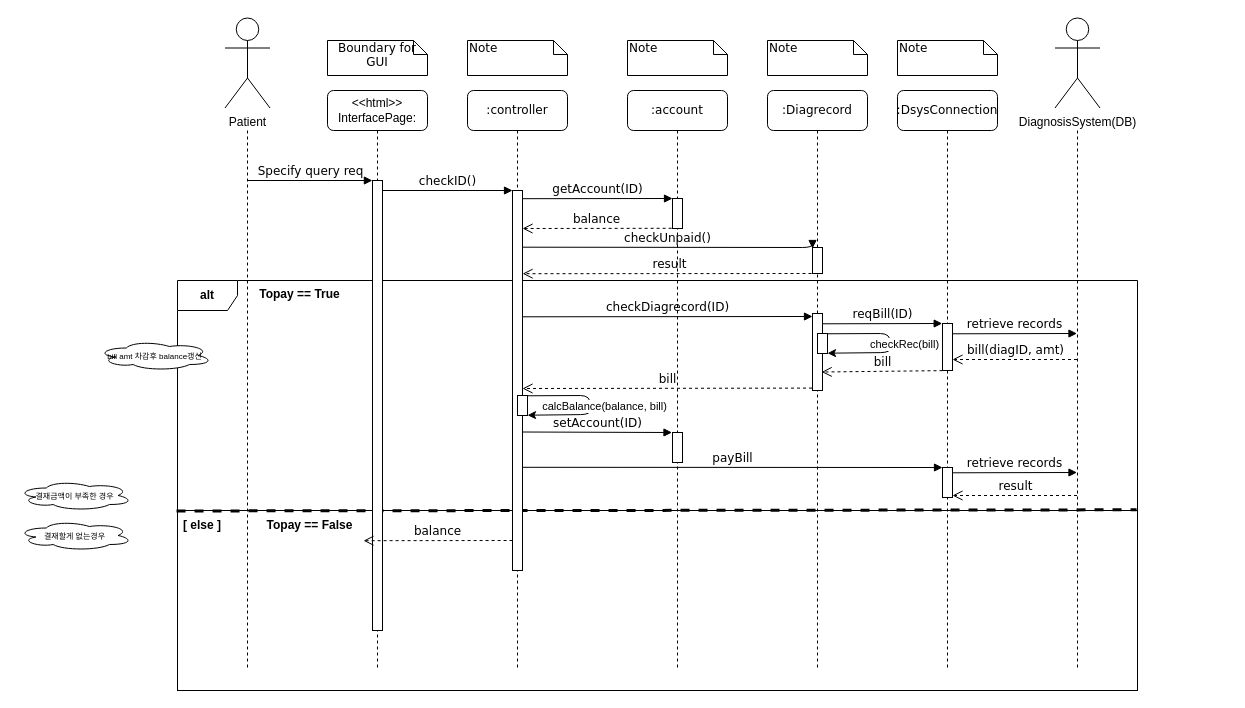
Before: patient/UC5_sequence_diag.drawio in yhb1834/Smart-Health-Prediction-System, a draw.io diagram. Source tidied: cells renumbered, new cells numbered last; positions are measured from the earlier drawing's top-left corner, leaving out a move shared by most shapes. Both pictures are drawn from the tidied source at 100%, with x=0, y=0 at pixel (17, 18).
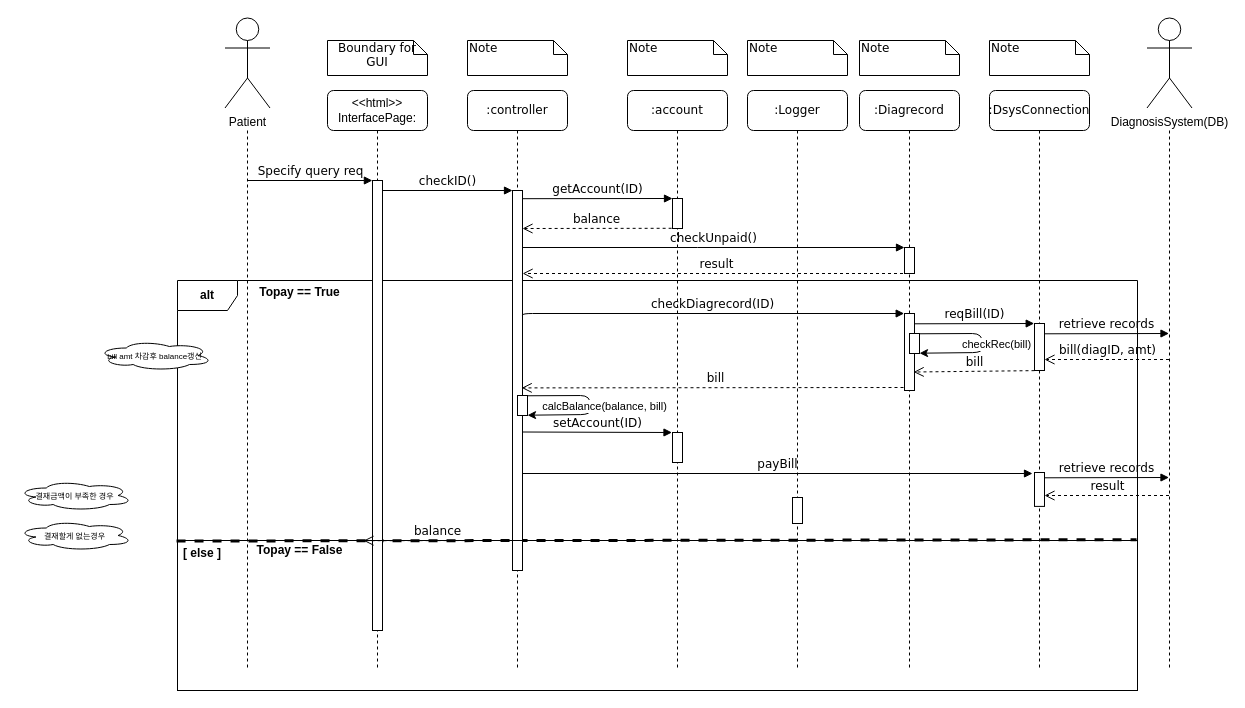
Above is the later version.

What changed in the source:
```diff
@@
-    <mxCell id="2" style="group;" parent="1" vertex="1">
-      <mxGeometry x="160" y="262" width="960" height="230" as="geometry" />
-    </mxCell>
+    <mxCell id="40" value="bill" style="html=1;verticalAlign=bottom;endArrow=open;dashed=1;endSize=8;labelBackgroundColor=none;fontFamily=Verdana;fontSize=12;entryX=0.922;entryY=0.53;entryDx=0;entryDy=0;entryPerimeter=0;" parent="1" edge="1">
+      <mxGeometry relative="1" as="geometry">
+        <mxPoint x="892" y="369" as="sourcePoint" />
+        <mxPoint x="504.2" y="369.4" as="targetPoint" />
+      </mxGeometry>
+    </mxCell>
+    <mxCell id="13" value=":DsysConnection" style="shape=umlLifeline;perimeter=lifelinePerimeter;whiteSpace=wrap;html=1;rounded=1;shadow=0;comic=0;labelBackgroundColor=none;strokeWidth=1;fontFamily=Verdana;fontSize=12;align=center;" parent="1" vertex="1">
+      <mxGeometry x="972" y="72" width="100" height="580" as="geometry" />
+    </mxCell>
+    <mxCell id="57" value=":Logger" style="shape=umlLifeline;perimeter=lifelinePerimeter;whiteSpace=wrap;html=1;rounded=1;shadow=0;comic=0;labelBackgroundColor=none;strokeWidth=1;fontFamily=Verdana;fontSize=12;align=center;" parent="1" vertex="1">
+      <mxGeometry x="730" y="72" width="100" height="580" as="geometry" />
+    </mxCell>
+    <mxCell id="58" style="group;" parent="1" vertex="1">
+      <mxGeometry x="160" y="262" width="960" height="260" as="geometry" />
+    </mxCell>
-    <mxCell id="3" value="&lt;b&gt;alt&lt;/b&gt;" style="shape=umlFrame;whiteSpace=wrap;html=1;" parent="2" vertex="1">
-      <mxGeometry width="960" height="230" as="geometry" />
+    <mxCell id="3" value="&lt;b&gt;alt&lt;/b&gt;" style="shape=umlFrame;whiteSpace=wrap;html=1;" parent="58" vertex="1">
+      <mxGeometry width="960" height="260" as="geometry" />
     </mxCell>
+    <mxCell id="5" value="Topay == True" style="text;html=1;strokeColor=none;fillColor=none;align=center;verticalAlign=middle;whiteSpace=wrap;rounded=0;fontStyle=1;" parent="58" vertex="1">
+      <mxGeometry x="80" y="1.1" width="85" height="22.6" as="geometry" />
+    </mxCell>
-    <mxCell id="4" style="endArrow=none;dashed=1;html=1;strokeWidth=3;entryX=0.999;entryY=0.997;entryDx=0;entryDy=0;entryPerimeter=0;exitX=-0.001;exitY=1.002;exitDx=0;exitDy=0;exitPerimeter=0;" parent="2" edge="1" source="3" target="3">
-      <mxGeometry relative="1" as="geometry" />
+    <mxCell id="4" style="endArrow=none;dashed=1;html=1;strokeWidth=3;entryX=0.999;entryY=0.997;entryDx=0;entryDy=0;entryPerimeter=0;exitX=-0.001;exitY=1.002;exitDx=0;exitDy=0;exitPerimeter=0;" parent="58" edge="1" source="3" target="3">
+      <mxGeometry x="-50" y="305.2" as="geometry" />
     </mxCell>
-    <mxCell id="5" value="Topay == True" style="text;html=1;strokeColor=none;fillColor=none;align=center;verticalAlign=middle;whiteSpace=wrap;rounded=0;fontStyle=1;" parent="2" vertex="1">
-      <mxGeometry x="80" y="4" width="85" height="20" as="geometry" />
-    </mxCell>
-    <mxCell id="6" style="rounded=0;whiteSpace=wrap;html=1;fillColor=none;" parent="1" vertex="1">
-      <mxGeometry x="160" y="492" width="960" height="180" as="geometry" />
-    </mxCell>
+    <mxCell id="14" style="html=1;perimeter=orthogonalPerimeter;rounded=0;shadow=0;comic=0;labelBackgroundColor=none;strokeColor=#000000;strokeWidth=1;fillColor=#FFFFFF;fontFamily=Verdana;fontSize=12;fontColor=#000000;align=center;" parent="58" vertex="1">
+      <mxGeometry x="857" y="192" width="10" height="33.9" as="geometry" />
+    </mxCell>
+    <mxCell id="59" style="html=1;perimeter=orthogonalPerimeter;rounded=0;shadow=0;comic=0;labelBackgroundColor=none;strokeWidth=1;fontFamily=Verdana;fontSize=12;align=center;" parent="58" vertex="1">
+      <mxGeometry x="615" y="217" width="10" height="26" as="geometry" />
+    </mxCell>
@@
     <mxCell id="11" value=":Diagrecord" style="shape=umlLifeline;perimeter=lifelinePerimeter;whiteSpace=wrap;html=1;outlineConnect=0;rounded=1;shadow=0;comic=0;labelBackgroundColor=none;strokeWidth=1;fontFamily=Verdana;fontSize=12;align=center;" parent="1" vertex="1">
-      <mxGeometry x="750" y="72" width="100" height="580" as="geometry" />
+      <mxGeometry x="842" y="72" width="100" height="580" as="geometry" />
     </mxCell>
@@
-    <mxCell id="13" value=":DsysConnection" style="shape=umlLifeline;perimeter=lifelinePerimeter;whiteSpace=wrap;html=1;rounded=1;shadow=0;comic=0;labelBackgroundColor=none;strokeWidth=1;fontFamily=Verdana;fontSize=12;align=center;" parent="1" vertex="1">
-      <mxGeometry x="880" y="72" width="100" height="580" as="geometry" />
-    </mxCell>
-    <mxCell id="14" style="html=1;perimeter=orthogonalPerimeter;rounded=0;shadow=0;comic=0;labelBackgroundColor=none;strokeColor=#000000;strokeWidth=1;fillColor=#FFFFFF;fontFamily=Verdana;fontSize=12;fontColor=#000000;align=center;" parent="13" vertex="1">
-      <mxGeometry x="45" y="377" width="10" height="30" as="geometry" />
-    </mxCell>
@@
     <mxCell id="17" style="html=1;points=[];perimeter=orthogonalPerimeter;rounded=0;shadow=0;comic=0;labelBackgroundColor=none;strokeWidth=1;fontFamily=Verdana;fontSize=12;align=center;" parent="1" vertex="1">
-      <mxGeometry x="795" y="295" width="10" height="77" as="geometry" />
+      <mxGeometry x="887" y="295" width="10" height="77" as="geometry" />
     </mxCell>
@@
     <mxCell id="23" value="Note" style="shape=note;whiteSpace=wrap;html=1;size=14;verticalAlign=top;align=left;spacingTop=-6;rounded=0;shadow=0;comic=0;labelBackgroundColor=none;strokeWidth=1;fontFamily=Verdana;fontSize=12;" parent="1" vertex="1">
-      <mxGeometry x="750" y="22" width="100" height="35" as="geometry" />
+      <mxGeometry x="842" y="22" width="100" height="35" as="geometry" />
     </mxCell>
     <mxCell id="24" value="Note" style="shape=note;whiteSpace=wrap;html=1;size=14;verticalAlign=top;align=left;spacingTop=-6;rounded=0;shadow=0;comic=0;labelBackgroundColor=none;strokeWidth=1;fontFamily=Verdana;fontSize=12;" parent="1" vertex="1">
-      <mxGeometry x="880" y="22" width="100" height="35" as="geometry" />
+      <mxGeometry x="972" y="22" width="100" height="35" as="geometry" />
     </mxCell>
@@
     <mxCell id="27" style="shape=umlLifeline;perimeter=lifelinePerimeter;whiteSpace=wrap;html=1;rounded=1;shadow=0;comic=0;labelBackgroundColor=none;strokeWidth=1;fontFamily=Verdana;fontSize=12;align=center;size=0;" parent="1" vertex="1">
-      <mxGeometry x="1010" y="112" width="100" height="540" as="geometry" />
+      <mxGeometry x="1102" y="112" width="100" height="540" as="geometry" />
     </mxCell>
     <mxCell id="28" value="DiagnosisSystem(DB)&lt;br&gt;" style="shape=umlActor;verticalLabelPosition=bottom;verticalAlign=top;html=1;" parent="1" vertex="1">
-      <mxGeometry x="1037.5" y="-0.5" width="45" height="90" as="geometry" />
+      <mxGeometry x="1129.5" y="-0.5" width="45" height="90" as="geometry" />
     </mxCell>
@@
-    <mxCell id="33" value="checkDiagrecord(ID)" style="html=1;verticalAlign=bottom;endArrow=block;labelBackgroundColor=none;fontFamily=Verdana;fontSize=12;edgeStyle=elbowEdgeStyle;elbow=vertical;exitX=1.1;exitY=0.611;exitDx=0;exitDy=0;exitPerimeter=0;" parent="1" edge="1">
+    <mxCell id="33" value="checkDiagrecord(ID)" style="html=1;verticalAlign=bottom;endArrow=block;labelBackgroundColor=none;fontFamily=Verdana;fontSize=12;edgeStyle=elbowEdgeStyle;elbow=vertical;exitX=1.1;exitY=0.611;exitDx=0;exitDy=0;exitPerimeter=0;entryX=-0.033;entryY=0.004;entryDx=0;entryDy=0;entryPerimeter=0;" parent="1" edge="1" target="17">
       <mxGeometry relative="1" as="geometry">
         <mxPoint x="505" y="298.3" as="sourcePoint" />
-        <mxPoint x="795" y="298" as="targetPoint" />
         <Array as="points">
-          <mxPoint x="695" y="298" />
+          <mxPoint x="700" y="295" />
         </Array>
       </mxGeometry>
     </mxCell>
     <mxCell id="34" style="html=1;points=[];perimeter=orthogonalPerimeter;rounded=0;shadow=0;comic=0;labelBackgroundColor=none;strokeColor=#000000;strokeWidth=1;fillColor=#FFFFFF;fontFamily=Verdana;fontSize=12;fontColor=#000000;align=center;" parent="1" vertex="1">
-      <mxGeometry x="925" y="305" width="10" height="47" as="geometry" />
+      <mxGeometry x="1017" y="305" width="10" height="47" as="geometry" />
     </mxCell>
     <mxCell id="35" value="reqBill(ID)" style="html=1;verticalAlign=bottom;endArrow=block;labelBackgroundColor=none;fontFamily=Verdana;fontSize=12;edgeStyle=elbowEdgeStyle;elbow=vertical;exitX=1.1;exitY=0.611;exitDx=0;exitDy=0;exitPerimeter=0;entryX=-0.035;entryY=0.088;entryDx=0;entryDy=0;entryPerimeter=0;" parent="1" edge="1">
       <mxGeometry relative="1" as="geometry">
-        <mxPoint x="805" y="305.3" as="sourcePoint" />
-        <mxPoint x="924.7" y="304.6" as="targetPoint" />
+        <mxPoint x="897" y="305.3" as="sourcePoint" />
+        <mxPoint x="1016.7" y="304.6" as="targetPoint" />
         <Array as="points">
-          <mxPoint x="995" y="305" />
+          <mxPoint x="1087" y="305" />
         </Array>
       </mxGeometry>
     </mxCell>
     <mxCell id="36" value="bill(diagID, amt)" style="html=1;verticalAlign=bottom;endArrow=open;dashed=1;endSize=8;labelBackgroundColor=none;fontFamily=Verdana;fontSize=12;" parent="1" edge="1">
       <mxGeometry relative="1" as="geometry">
-        <mxPoint x="1059.5" y="341" as="sourcePoint" />
-        <mxPoint x="935" y="341" as="targetPoint" />
+        <mxPoint x="1151.5" y="341" as="sourcePoint" />
+        <mxPoint x="1027" y="341" as="targetPoint" />
       </mxGeometry>
     </mxCell>
     <mxCell id="37" value="retrieve records" style="html=1;verticalAlign=bottom;endArrow=block;labelBackgroundColor=none;fontFamily=Verdana;fontSize=12;edgeStyle=elbowEdgeStyle;elbow=vertical;exitX=1.1;exitY=0.611;exitDx=0;exitDy=0;exitPerimeter=0;" parent="1" edge="1">
       <mxGeometry relative="1" as="geometry">
-        <mxPoint x="935" y="315.3" as="sourcePoint" />
-        <mxPoint x="1059.5" y="315" as="targetPoint" />
+        <mxPoint x="1027" y="315.3" as="sourcePoint" />
+        <mxPoint x="1151.5" y="315" as="targetPoint" />
         <Array as="points">
-          <mxPoint x="1125" y="315" />
+          <mxPoint x="1217" y="315" />
         </Array>
       </mxGeometry>
     </mxCell>
-    <mxCell id="38" value="payBill" style="html=1;verticalAlign=bottom;endArrow=block;labelBackgroundColor=none;fontFamily=Verdana;fontSize=12;edgeStyle=elbowEdgeStyle;elbow=vertical;" parent="1" edge="1">
+    <mxCell id="38" value="payBill" style="html=1;verticalAlign=bottom;endArrow=block;labelBackgroundColor=none;fontFamily=Verdana;fontSize=12;edgeStyle=elbowEdgeStyle;elbow=vertical;entryX=-0.2;entryY=0.278;entryDx=0;entryDy=0;entryPerimeter=0;" parent="1" edge="1">
       <mxGeometry relative="1" as="geometry">
-        <mxPoint x="505" y="448.8" as="sourcePoint" />
-        <mxPoint x="925" y="449" as="targetPoint" />
+        <mxPoint x="505" y="455" as="sourcePoint" />
+        <mxPoint x="1015" y="455.3" as="targetPoint" />
+        <Array as="points">
+          <mxPoint x="770" y="455" />
+          <mxPoint x="860" y="425" />
+        </Array>
       </mxGeometry>
     </mxCell>
@@
-    <mxCell id="40" value="bill" style="html=1;verticalAlign=bottom;endArrow=open;dashed=1;endSize=8;labelBackgroundColor=none;fontFamily=Verdana;fontSize=12;exitX=-0.049;exitY=0.29;exitDx=0;exitDy=0;exitPerimeter=0;" parent="1" edge="1">
-      <mxGeometry relative="1" as="geometry">
-        <mxPoint x="794.5" y="369.6" as="sourcePoint" />
-        <mxPoint x="505" y="370" as="targetPoint" />
-      </mxGeometry>
-    </mxCell>
@@
     <mxCell id="44" value="retrieve records" style="html=1;verticalAlign=bottom;endArrow=block;labelBackgroundColor=none;fontFamily=Verdana;fontSize=12;edgeStyle=elbowEdgeStyle;elbow=vertical;exitX=1.1;exitY=0.611;exitDx=0;exitDy=0;exitPerimeter=0;" parent="1" edge="1">
       <mxGeometry relative="1" as="geometry">
-        <mxPoint x="935" y="454.3" as="sourcePoint" />
-        <mxPoint x="1059.5" y="454" as="targetPoint" />
+        <mxPoint x="1027" y="459.3" as="sourcePoint" />
+        <mxPoint x="1151.5" y="459" as="targetPoint" />
         <Array as="points">
-          <mxPoint x="1125" y="454" />
+          <mxPoint x="1217" y="459" />
         </Array>
       </mxGeometry>
     </mxCell>
     <mxCell id="45" value="result" style="html=1;verticalAlign=bottom;endArrow=open;dashed=1;endSize=8;labelBackgroundColor=none;fontFamily=Verdana;fontSize=12;" parent="1" edge="1">
       <mxGeometry relative="1" as="geometry">
-        <mxPoint x="1059.5" y="477" as="sourcePoint" />
-        <mxPoint x="935" y="477" as="targetPoint" />
+        <mxPoint x="1151.5" y="477" as="sourcePoint" />
+        <mxPoint x="1027" y="477" as="targetPoint" />
       </mxGeometry>
     </mxCell>
@@
     <mxCell id="49" style="html=1;points=[];perimeter=orthogonalPerimeter;rounded=0;shadow=0;comic=0;labelBackgroundColor=none;strokeWidth=1;fontFamily=Verdana;fontSize=12;align=center;" parent="1" vertex="1">
-      <mxGeometry x="800" y="315" width="10" height="20" as="geometry" />
+      <mxGeometry x="892" y="315" width="10" height="20" as="geometry" />
     </mxCell>
     <mxCell id="50" style="endArrow=classic;html=1;exitX=0.985;exitY=0.014;exitDx=0;exitDy=0;exitPerimeter=0;entryX=1.004;entryY=0.985;entryDx=0;entryDy=0;entryPerimeter=0;" parent="1" edge="1" source="49" target="49">
       <mxGeometry relative="1" as="geometry">
         <Array as="points">
-          <mxPoint x="873" y="315" />
-          <mxPoint x="873" y="334" />
+          <mxPoint x="965" y="315" />
+          <mxPoint x="965" y="334" />
         </Array>
       </mxGeometry>
     </mxCell>
@@
-    <mxCell id="52" value="checkUnpaid()" style="html=1;verticalAlign=bottom;endArrow=block;labelBackgroundColor=none;fontFamily=Verdana;fontSize=12;edgeStyle=elbowEdgeStyle;elbow=vertical;exitX=0.964;exitY=0.205;exitDx=0;exitDy=0;exitPerimeter=0;" parent="1" edge="1">
-      <mxGeometry relative="1" as="geometry">
-        <mxPoint x="504.6" y="228.7" as="sourcePoint" />
-        <mxPoint x="795" y="230" as="targetPoint" />
-      </mxGeometry>
-    </mxCell>
-    <mxCell id="53" value="result" style="html=1;verticalAlign=bottom;endArrow=open;dashed=1;endSize=8;labelBackgroundColor=none;fontFamily=Verdana;fontSize=12;edgeStyle=elbowEdgeStyle;elbow=vertical;exitX=-0.087;exitY=0.993;exitDx=0;exitDy=0;exitPerimeter=0;" parent="1" edge="1">
+    <mxCell id="53" value="result" style="html=1;verticalAlign=bottom;endArrow=open;dashed=1;endSize=8;labelBackgroundColor=none;fontFamily=Verdana;fontSize=12;edgeStyle=elbowEdgeStyle;elbow=vertical;" parent="1" edge="1" source="11">
       <mxGeometry relative="1" as="geometry">
-        <mxPoint x="800" y="255" as="sourcePoint" />
         <mxPoint x="505.1" y="255.2" as="targetPoint" />
         <Array as="points">
-          <mxPoint x="754.9" y="255.2" />
+          <mxPoint x="720" y="255" />
+          <mxPoint x="880" y="242" />
           <mxPoint x="729.9" y="255.2" />
           <mxPoint x="759.9" y="255.2" />
         </Array>
       </mxGeometry>
     </mxCell>
+    <mxCell id="56" value="balance" style="html=1;verticalAlign=bottom;endArrow=open;dashed=1;endSize=8;labelBackgroundColor=none;fontFamily=Verdana;fontSize=12;edgeStyle=elbowEdgeStyle;elbow=vertical;exitX=-0.087;exitY=0.993;exitDx=0;exitDy=0;exitPerimeter=0;" parent="1" edge="1">
+      <mxGeometry relative="1" as="geometry">
+        <mxPoint x="495.1" y="522" as="sourcePoint" />
+        <mxPoint x="346" y="522.2" as="targetPoint" />
+        <Array as="points">
+          <mxPoint x="450" y="522.2" />
+          <mxPoint x="425" y="522.2" />
+          <mxPoint x="455" y="522.2" />
+        </Array>
+      </mxGeometry>
+    </mxCell>
+    <mxCell id="60" style="group;" parent="1" vertex="1">
+      <mxGeometry x="160" y="522" width="960" height="150" as="geometry" />
+    </mxCell>
+    <mxCell id="6" style="rounded=0;whiteSpace=wrap;html=1;fillColor=none;" parent="60" vertex="1">
+      <mxGeometry width="960" height="150" as="geometry" />
+    </mxCell>
-    <mxCell id="54" value="&lt;b&gt;[ else ]&lt;/b&gt;" style="text;html=1;strokeColor=none;fillColor=none;align=center;verticalAlign=middle;whiteSpace=wrap;rounded=0;" parent="1" vertex="1">
-      <mxGeometry x="160" y="492" width="50" height="30" as="geometry" />
+    <mxCell id="54" value="&lt;b&gt;[ else ]&lt;/b&gt;" style="text;html=1;strokeColor=none;fillColor=none;align=center;verticalAlign=middle;whiteSpace=wrap;rounded=0;" parent="60" vertex="1">
+      <mxGeometry width="50" height="25" as="geometry" />
     </mxCell>
-    <mxCell id="55" value="Topay == False" style="text;html=1;strokeColor=none;fillColor=none;align=center;verticalAlign=middle;whiteSpace=wrap;rounded=0;fontStyle=1;" parent="1" vertex="1">
-      <mxGeometry x="240" y="497" width="105" height="20" as="geometry" />
+    <mxCell id="55" value="Topay == False" style="text;html=1;strokeColor=none;fillColor=none;align=center;verticalAlign=middle;whiteSpace=wrap;rounded=0;fontStyle=1;" parent="60" vertex="1">
+      <mxGeometry x="70" y="1.7" width="105" height="16.7" as="geometry" />
     </mxCell>
-    <mxCell id="56" value="balance" style="html=1;verticalAlign=bottom;endArrow=open;dashed=1;endSize=8;labelBackgroundColor=none;fontFamily=Verdana;fontSize=12;edgeStyle=elbowEdgeStyle;elbow=vertical;exitX=-0.087;exitY=0.993;exitDx=0;exitDy=0;exitPerimeter=0;" parent="1" edge="1">
-      <mxGeometry relative="1" as="geometry">
-        <mxPoint x="495.1" y="522" as="sourcePoint" />
-        <mxPoint x="346" y="522.2" as="targetPoint" />
-        <Array as="points">
-          <mxPoint x="450" y="522.2" />
-          <mxPoint x="425" y="522.2" />
-          <mxPoint x="455" y="522.2" />
-        </Array>
-      </mxGeometry>
-    </mxCell>
+    <mxCell id="52" value="checkUnpaid()" style="html=1;verticalAlign=bottom;endArrow=block;labelBackgroundColor=none;fontFamily=Verdana;fontSize=12;edgeStyle=elbowEdgeStyle;elbow=vertical;" parent="1" edge="1">
+      <mxGeometry relative="1" as="geometry">
+        <mxPoint x="505" y="229" as="sourcePoint" />
+        <mxPoint x="887" y="229" as="targetPoint" />
+        <Array as="points">
+          <mxPoint x="670" y="229" />
+          <mxPoint x="520" y="219" />
+        </Array>
+      </mxGeometry>
+    </mxCell>
+    <mxCell id="61" value="Note" style="shape=note;whiteSpace=wrap;html=1;size=14;verticalAlign=top;align=left;spacingTop=-6;rounded=0;shadow=0;comic=0;labelBackgroundColor=none;strokeWidth=1;fontFamily=Verdana;fontSize=12;" parent="1" vertex="1">
+      <mxGeometry x="730" y="22" width="100" height="35" as="geometry" />
+    </mxCell>
```
